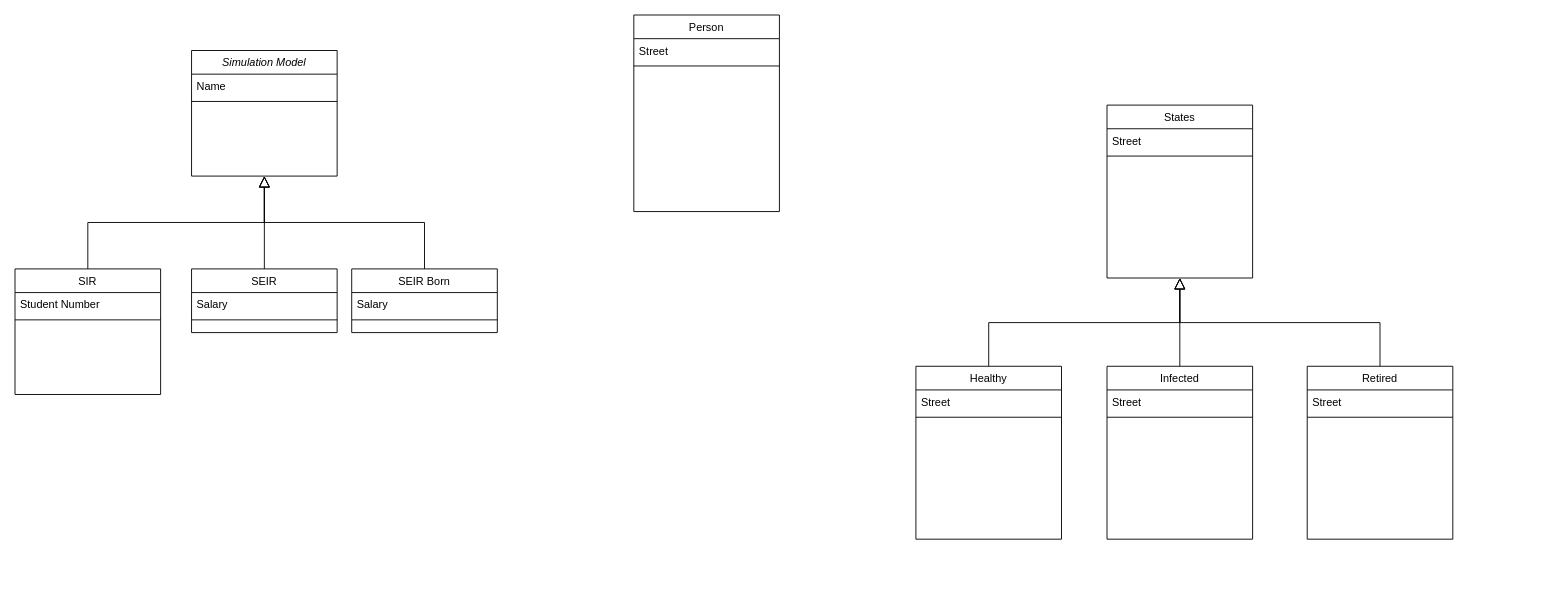
Before: UML/Class Diagram.drawio in Yaimuu/SIR_Project, a draw.io diagram. Source tidied: cells renumbered, new cells numbered last; positions are measured from the earlier drawing's top-left corner, leaving out a move shared by most shapes. Both pictures are drawn from the tidied source at 91%, with x=0, y=0 at pixel (15, 15).
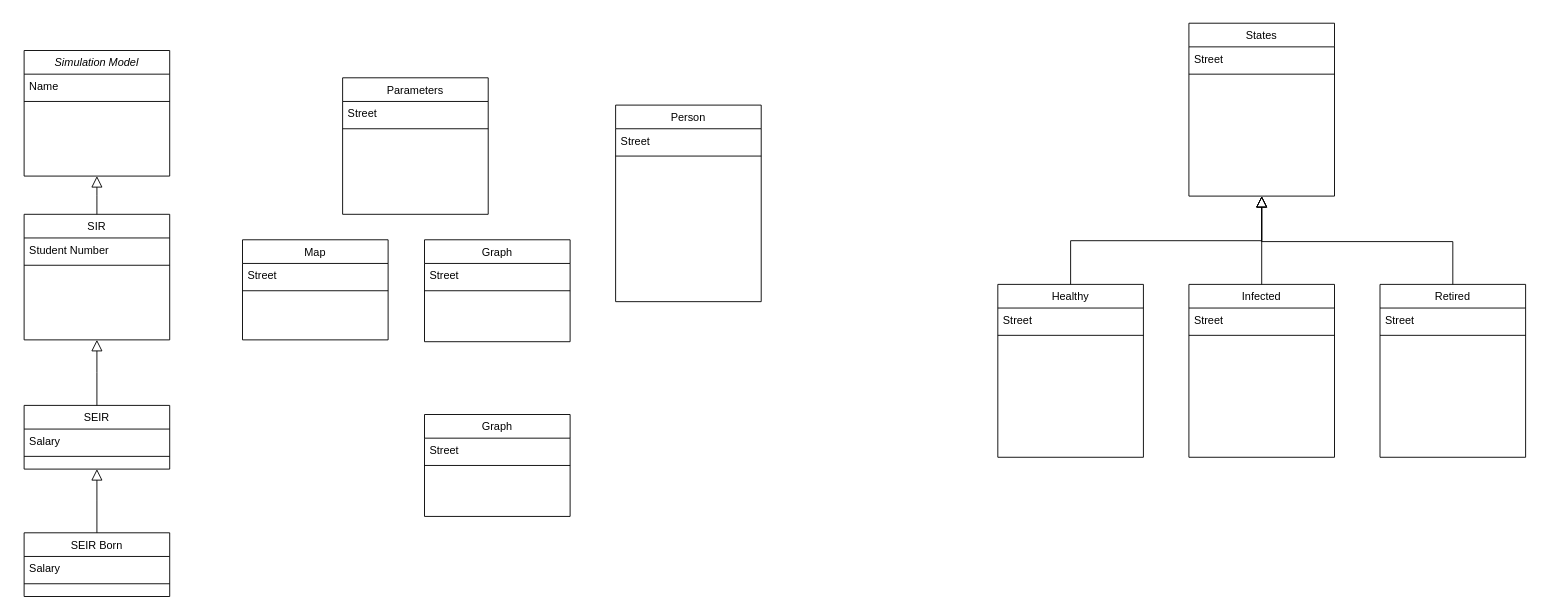
After the change.

What changed in the source:
```diff
@@
     <mxCell id="2" value="Simulation Model" style="swimlane;fontStyle=2;align=center;verticalAlign=top;horizontal=1;startSize=26;rounded=0;shadow=0;strokeWidth=1;" parent="1" vertex="1">
-      <mxGeometry x="194" y="39" width="160" height="138" as="geometry" />
+      <mxGeometry x="10" y="39" width="160" height="138" as="geometry" />
     </mxCell>
@@
     <mxCell id="5" value="SIR" style="swimlane;fontStyle=0;align=center;verticalAlign=top;horizontal=1;startSize=26;rounded=0;shadow=0;strokeWidth=1;" parent="1" vertex="1">
-      <mxGeometry y="279" width="160" height="138" as="geometry" />
+      <mxGeometry x="10" y="219" width="160" height="138" as="geometry" />
     </mxCell>
@@
     <mxCell id="9" value="SEIR" style="swimlane;fontStyle=0;align=center;verticalAlign=top;horizontal=1;startSize=26;rounded=0;shadow=0;strokeWidth=1;" parent="1" vertex="1">
-      <mxGeometry x="194" y="279" width="160" height="70" as="geometry" />
+      <mxGeometry x="10" y="429" width="160" height="70" as="geometry" />
     </mxCell>
@@
-    <mxCell id="12" style="endArrow=block;endSize=10;endFill=0;shadow=0;strokeWidth=1;rounded=0;edgeStyle=elbowEdgeStyle;elbow=vertical;" parent="1" edge="1" source="9" target="2">
+    <mxCell id="12" style="endArrow=block;endSize=10;endFill=0;shadow=0;strokeWidth=1;rounded=0;edgeStyle=elbowEdgeStyle;elbow=vertical;entryX=0.5;entryY=1;entryDx=0;entryDy=0;" parent="1" edge="1" source="9" target="5">
       <mxGeometry relative="1" as="geometry" />
     </mxCell>
     <mxCell id="13" value="Person" style="swimlane;fontStyle=0;align=center;verticalAlign=top;horizontal=1;startSize=26;rounded=0;shadow=0;strokeWidth=1;" parent="1" vertex="1">
-      <mxGeometry x="680" width="160" height="216" as="geometry" />
+      <mxGeometry x="660" y="99" width="160" height="216" as="geometry" />
     </mxCell>
@@
     <mxCell id="16" value="States" style="swimlane;fontStyle=0;align=center;verticalAlign=top;horizontal=1;startSize=26;rounded=0;shadow=0;strokeWidth=1;" parent="1" vertex="1">
-      <mxGeometry x="1200" y="99" width="160" height="190" as="geometry" />
+      <mxGeometry x="1290" y="9" width="160" height="190" as="geometry" />
     </mxCell>
@@
     <mxCell id="19" value="SEIR Born" style="swimlane;fontStyle=0;align=center;verticalAlign=top;horizontal=1;startSize=26;rounded=0;shadow=0;strokeWidth=1;" parent="1" vertex="1">
-      <mxGeometry x="370" y="279" width="160" height="70" as="geometry" />
+      <mxGeometry x="10" y="569" width="160" height="70" as="geometry" />
     </mxCell>
@@
-    <mxCell id="22" style="endArrow=block;endSize=10;endFill=0;shadow=0;strokeWidth=1;rounded=0;edgeStyle=elbowEdgeStyle;elbow=vertical;entryX=0.5;entryY=1;entryDx=0;entryDy=0;" parent="1" edge="1" target="2">
-      <mxGeometry relative="1" as="geometry">
-        <mxPoint x="450" y="279" as="sourcePoint" />
-      </mxGeometry>
+    <mxCell id="22" style="endArrow=block;endSize=10;endFill=0;shadow=0;strokeWidth=1;rounded=0;edgeStyle=elbowEdgeStyle;elbow=vertical;entryX=0.5;entryY=1;entryDx=0;entryDy=0;exitX=0.5;exitY=0;exitDx=0;exitDy=0;" parent="1" edge="1" source="19" target="9">
+      <mxGeometry relative="1" as="geometry" />
     </mxCell>
     <mxCell id="23" value="Infected" style="swimlane;fontStyle=0;align=center;verticalAlign=top;horizontal=1;startSize=26;rounded=0;shadow=0;strokeWidth=1;" parent="1" vertex="1">
-      <mxGeometry x="1200" y="386" width="160" height="190" as="geometry" />
+      <mxGeometry x="1290" y="296" width="160" height="190" as="geometry" />
     </mxCell>
@@
     <mxCell id="26" value="Healthy" style="swimlane;fontStyle=0;align=center;verticalAlign=top;horizontal=1;startSize=26;rounded=0;shadow=0;strokeWidth=1;" parent="1" vertex="1">
-      <mxGeometry x="990" y="386" width="160" height="190" as="geometry" />
+      <mxGeometry x="1080" y="296" width="160" height="190" as="geometry" />
     </mxCell>
@@
     <mxCell id="29" value="Retired" style="swimlane;fontStyle=0;align=center;verticalAlign=top;horizontal=1;startSize=26;rounded=0;shadow=0;strokeWidth=1;" parent="1" vertex="1">
-      <mxGeometry x="1420" y="386" width="160" height="190" as="geometry" />
+      <mxGeometry x="1500" y="296" width="160" height="190" as="geometry" />
     </mxCell>
@@
     <mxCell id="34" style="endArrow=block;endSize=10;endFill=0;shadow=0;strokeWidth=1;rounded=0;edgeStyle=elbowEdgeStyle;elbow=vertical;exitX=0.5;exitY=0;exitDx=0;exitDy=0;entryX=0.5;entryY=1;entryDx=0;entryDy=0;" parent="1" edge="1" source="29" target="16">
-      <mxGeometry relative="1" as="geometry" />
+      <mxGeometry relative="1" as="geometry">
+        <Array as="points">
+          <mxPoint x="1470" y="249" />
+        </Array>
+      </mxGeometry>
     </mxCell>
+    <mxCell id="35" value="Parameters" style="swimlane;fontStyle=0;align=center;verticalAlign=top;horizontal=1;startSize=26;rounded=0;shadow=0;strokeWidth=1;" parent="1" vertex="1">
+      <mxGeometry x="360" y="69" width="160" height="150" as="geometry" />
+    </mxCell>
+    <mxCell id="36" value="Street" style="text;align=left;verticalAlign=top;spacingLeft=4;spacingRight=4;overflow=hidden;" parent="35" vertex="1">
+      <mxGeometry y="26" width="160" height="26" as="geometry" />
+    </mxCell>
+    <mxCell id="37" style="line;html=1;strokeWidth=1;align=left;verticalAlign=middle;spacingTop=-1;spacingLeft=3;spacingRight=3;labelPosition=right;" parent="35" vertex="1">
+      <mxGeometry y="52" width="160" height="8" as="geometry" />
+    </mxCell>
+    <mxCell id="38" value="Map" style="swimlane;fontStyle=0;align=center;verticalAlign=top;horizontal=1;startSize=26;rounded=0;shadow=0;strokeWidth=1;" parent="1" vertex="1">
+      <mxGeometry x="250" y="247" width="160" height="110" as="geometry" />
+    </mxCell>
+    <mxCell id="39" value="Street" style="text;align=left;verticalAlign=top;spacingLeft=4;spacingRight=4;overflow=hidden;" parent="38" vertex="1">
+      <mxGeometry y="26" width="160" height="26" as="geometry" />
+    </mxCell>
+    <mxCell id="40" style="line;html=1;strokeWidth=1;align=left;verticalAlign=middle;spacingTop=-1;spacingLeft=3;spacingRight=3;labelPosition=right;" parent="38" vertex="1">
+      <mxGeometry y="52" width="160" height="8" as="geometry" />
+    </mxCell>
+    <mxCell id="41" value="Graph" style="swimlane;fontStyle=0;align=center;verticalAlign=top;horizontal=1;startSize=26;rounded=0;shadow=0;strokeWidth=1;" parent="1" vertex="1">
+      <mxGeometry x="450" y="247" width="160" height="112" as="geometry" />
+    </mxCell>
+    <mxCell id="42" value="Street" style="text;align=left;verticalAlign=top;spacingLeft=4;spacingRight=4;overflow=hidden;" parent="41" vertex="1">
+      <mxGeometry y="26" width="160" height="26" as="geometry" />
+    </mxCell>
+    <mxCell id="43" style="line;html=1;strokeWidth=1;align=left;verticalAlign=middle;spacingTop=-1;spacingLeft=3;spacingRight=3;labelPosition=right;" parent="41" vertex="1">
+      <mxGeometry y="52" width="160" height="8" as="geometry" />
+    </mxCell>
+    <mxCell id="44" value="Graph" style="swimlane;fontStyle=0;align=center;verticalAlign=top;horizontal=1;startSize=26;rounded=0;shadow=0;strokeWidth=1;" parent="1" vertex="1">
+      <mxGeometry x="450" y="439" width="160" height="112" as="geometry" />
+    </mxCell>
+    <mxCell id="45" value="Street" style="text;align=left;verticalAlign=top;spacingLeft=4;spacingRight=4;overflow=hidden;" parent="44" vertex="1">
+      <mxGeometry y="26" width="160" height="26" as="geometry" />
+    </mxCell>
+    <mxCell id="46" style="line;html=1;strokeWidth=1;align=left;verticalAlign=middle;spacingTop=-1;spacingLeft=3;spacingRight=3;labelPosition=right;" parent="44" vertex="1">
+      <mxGeometry y="52" width="160" height="8" as="geometry" />
+    </mxCell>
```
